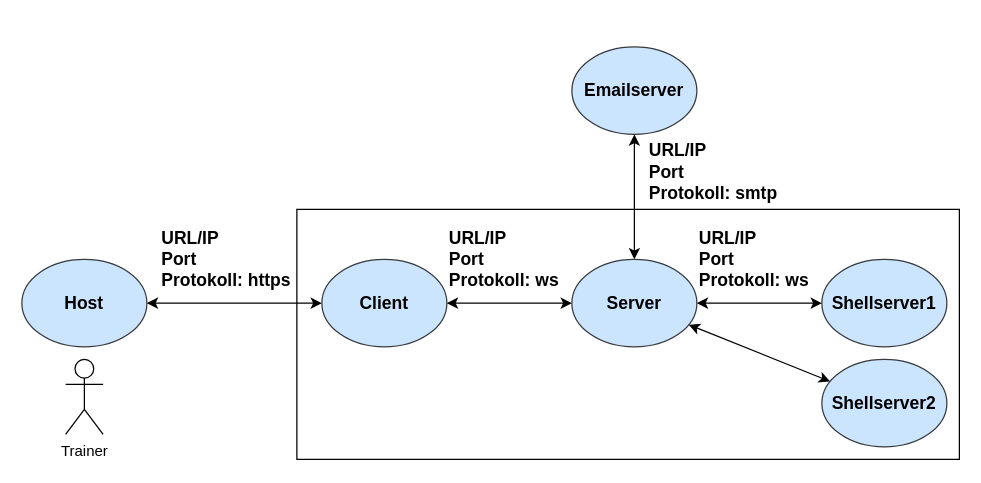
Before: doc/20220714_Communication_Overview.drawio in DeveloperQD/CyberX, a draw.io diagram. Source tidied: cells renumbered, new cells numbered last; positions are measured from the earlier drawing's top-left corner, leaving out a move shared by most shapes. Both pictures are drawn from the tidied source at 125%, with x=0, y=0 at pixel (21, 46).
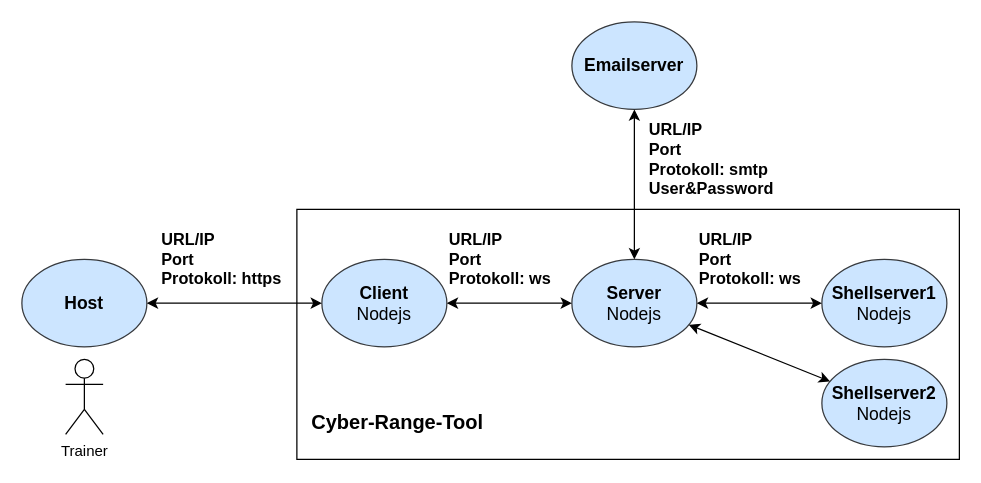
Above is the later version.

Change to the diagram source:
```diff
@@
 <mxGraphModel>
   <root>
     <mxCell id="0" />
     <mxCell id="1" parent="0" />
     <mxCell id="2" value="Trainer" style="shape=umlActor;verticalLabelPosition=bottom;verticalAlign=top;html=1;" parent="1" vertex="1">
       <mxGeometry x="35" y="250" width="30" height="60" as="geometry" />
     </mxCell>
     <mxCell id="3" value="&lt;b&gt;&lt;font style=&quot;font-size: 14px&quot;&gt;Host&lt;/font&gt;&lt;/b&gt;" style="ellipse;whiteSpace=wrap;html=1;fillColor=#cce5ff;strokeColor=#36393d;" parent="1" vertex="1">
       <mxGeometry y="170" width="100" height="70" as="geometry" />
     </mxCell>
     <mxCell id="4" style="rounded=0;whiteSpace=wrap;html=1;" parent="1" vertex="1">
       <mxGeometry x="220" y="130" width="530" height="200" as="geometry" />
     </mxCell>
-    <mxCell id="5" value="&lt;b&gt;&lt;font style=&quot;font-size: 14px&quot;&gt;Client&lt;/font&gt;&lt;/b&gt;" style="ellipse;whiteSpace=wrap;html=1;fillColor=#cce5ff;strokeColor=#36393d;" parent="1" vertex="1">
+    <mxCell id="5" value="&lt;font style=&quot;font-size: 14px&quot;&gt;&lt;b&gt;Client&lt;/b&gt;&lt;br&gt;Nodejs&lt;br&gt;&lt;/font&gt;" style="ellipse;whiteSpace=wrap;html=1;fillColor=#cce5ff;strokeColor=#36393d;" parent="1" vertex="1">
       <mxGeometry x="240" y="170" width="100" height="70" as="geometry" />
     </mxCell>
-    <mxCell id="6" value="&lt;b&gt;&lt;font style=&quot;font-size: 14px&quot;&gt;Server&lt;/font&gt;&lt;/b&gt;" style="ellipse;whiteSpace=wrap;html=1;fillColor=#cce5ff;strokeColor=#36393d;" parent="1" vertex="1">
+    <mxCell id="6" value="&lt;b&gt;&lt;font style=&quot;font-size: 14px&quot;&gt;Server&lt;br&gt;&lt;/font&gt;&lt;/b&gt;&lt;span style=&quot;font-size: 14px&quot;&gt;Nodejs&lt;/span&gt;&lt;b&gt;&lt;font style=&quot;font-size: 14px&quot;&gt;&lt;br&gt;&lt;/font&gt;&lt;/b&gt;" style="ellipse;whiteSpace=wrap;html=1;fillColor=#cce5ff;strokeColor=#36393d;" parent="1" vertex="1">
       <mxGeometry x="440" y="170" width="100" height="70" as="geometry" />
     </mxCell>
-    <mxCell id="7" value="&lt;b&gt;&lt;font style=&quot;font-size: 14px&quot;&gt;Shellserver1&lt;/font&gt;&lt;/b&gt;" style="ellipse;whiteSpace=wrap;html=1;fillColor=#cce5ff;strokeColor=#36393d;" parent="1" vertex="1">
+    <mxCell id="7" value="&lt;b&gt;&lt;font style=&quot;font-size: 14px&quot;&gt;Shellserver1&lt;br&gt;&lt;/font&gt;&lt;/b&gt;&lt;span style=&quot;font-size: 14px&quot;&gt;Nodejs&lt;/span&gt;&lt;b&gt;&lt;font style=&quot;font-size: 14px&quot;&gt;&lt;br&gt;&lt;/font&gt;&lt;/b&gt;" style="ellipse;whiteSpace=wrap;html=1;fillColor=#cce5ff;strokeColor=#36393d;" parent="1" vertex="1">
       <mxGeometry x="640" y="170" width="100" height="70" as="geometry" />
     </mxCell>
-    <mxCell id="8" value="&lt;b&gt;&lt;font style=&quot;font-size: 14px&quot;&gt;Shellserver2&lt;/font&gt;&lt;/b&gt;" style="ellipse;whiteSpace=wrap;html=1;fillColor=#cce5ff;strokeColor=#36393d;" parent="1" vertex="1">
+    <mxCell id="8" value="&lt;b&gt;&lt;font style=&quot;font-size: 14px&quot;&gt;Shellserver2&lt;br&gt;&lt;/font&gt;&lt;/b&gt;&lt;span style=&quot;font-size: 14px&quot;&gt;Nodejs&lt;/span&gt;&lt;b&gt;&lt;font style=&quot;font-size: 14px&quot;&gt;&lt;br&gt;&lt;/font&gt;&lt;/b&gt;" style="ellipse;whiteSpace=wrap;html=1;fillColor=#cce5ff;strokeColor=#36393d;" parent="1" vertex="1">
       <mxGeometry x="640" y="250" width="100" height="70" as="geometry" />
     </mxCell>
     <mxCell id="9" style="endArrow=classic;startArrow=classic;html=1;" parent="1" edge="1" source="3" target="5">
       <mxGeometry relative="1" as="geometry" />
     </mxCell>
     <mxCell id="10" style="endArrow=classic;startArrow=classic;html=1;" parent="1" edge="1" source="6" target="5">
       <mxGeometry relative="1" as="geometry" />
     </mxCell>
     <mxCell id="11" style="endArrow=classic;startArrow=classic;html=1;" parent="1" edge="1" source="6" target="7">
       <mxGeometry relative="1" as="geometry" />
     </mxCell>
     <mxCell id="12" value="&lt;b&gt;&lt;font style=&quot;font-size: 14px&quot;&gt;Emailserver&lt;/font&gt;&lt;/b&gt;" style="ellipse;whiteSpace=wrap;html=1;fillColor=#cce5ff;strokeColor=#36393d;" parent="1" vertex="1">
-      <mxGeometry x="440" width="100" height="70" as="geometry" />
+      <mxGeometry x="440" y="-20" width="100" height="70" as="geometry" />
     </mxCell>
     <mxCell id="13" style="endArrow=classic;startArrow=classic;html=1;" parent="1" edge="1" source="6" target="8">
       <mxGeometry relative="1" as="geometry" />
     </mxCell>
     <mxCell id="14" style="endArrow=classic;startArrow=classic;html=1;" parent="1" edge="1" source="6" target="12">
       <mxGeometry relative="1" as="geometry" />
     </mxCell>
-    <mxCell id="15" value="&lt;span style=&quot;font-size: 14px&quot;&gt;&lt;b&gt;URL/IP&lt;br&gt;Port&lt;br&gt;Protokoll: https&lt;br&gt;&lt;/b&gt;&lt;/span&gt;" style="text;html=1;strokeColor=none;fillColor=none;align=left;verticalAlign=middle;whiteSpace=wrap;rounded=0;" parent="1" vertex="1">
+    <mxCell id="15" value="&lt;span style=&quot;font-size: 13px&quot;&gt;&lt;b&gt;URL/IP&lt;br&gt;Port&lt;br&gt;Protokoll: https&lt;br&gt;&lt;/b&gt;&lt;/span&gt;" style="text;html=1;strokeColor=none;fillColor=none;align=left;verticalAlign=middle;whiteSpace=wrap;rounded=0;" parent="1" vertex="1">
       <mxGeometry x="110" y="140" width="110" height="60" as="geometry" />
     </mxCell>
-    <mxCell id="16" value="&lt;span style=&quot;font-size: 14px&quot;&gt;&lt;b&gt;URL/IP&lt;br&gt;Port&lt;br&gt;Protokoll: ws&lt;br&gt;&lt;/b&gt;&lt;/span&gt;" style="text;html=1;strokeColor=none;fillColor=none;align=left;verticalAlign=middle;whiteSpace=wrap;rounded=0;" parent="1" vertex="1">
+    <mxCell id="16" value="&lt;span style=&quot;font-size: 13px&quot;&gt;&lt;b&gt;URL/IP&lt;br&gt;Port&lt;br&gt;Protokoll: ws&lt;br&gt;&lt;/b&gt;&lt;/span&gt;" style="text;html=1;strokeColor=none;fillColor=none;align=left;verticalAlign=middle;whiteSpace=wrap;rounded=0;" parent="1" vertex="1">
       <mxGeometry x="340" y="140" width="110" height="60" as="geometry" />
     </mxCell>
-    <mxCell id="17" value="&lt;span style=&quot;font-size: 14px&quot;&gt;&lt;b&gt;URL/IP&lt;br&gt;Port&lt;br&gt;Protokoll: smtp&lt;br&gt;&lt;/b&gt;&lt;/span&gt;" style="text;html=1;strokeColor=none;fillColor=none;align=left;verticalAlign=middle;whiteSpace=wrap;rounded=0;" parent="1" vertex="1">
-      <mxGeometry x="500" y="70" width="110" height="60" as="geometry" />
+    <mxCell id="17" value="&lt;span style=&quot;font-size: 13px&quot;&gt;&lt;b&gt;URL/IP&lt;br&gt;Port&lt;br&gt;Protokoll: smtp&lt;br&gt;User&amp;amp;Password&lt;/b&gt;&lt;br&gt;&lt;/span&gt;" style="text;html=1;strokeColor=none;fillColor=none;align=left;verticalAlign=middle;whiteSpace=wrap;rounded=0;" parent="1" vertex="1">
+      <mxGeometry x="500" y="60" width="110" height="60" as="geometry" />
     </mxCell>
-    <mxCell id="18" value="&lt;span style=&quot;font-size: 14px&quot;&gt;&lt;b&gt;URL/IP&lt;br&gt;Port&lt;br&gt;Protokoll: ws&lt;br&gt;&lt;/b&gt;&lt;/span&gt;" style="text;html=1;strokeColor=none;fillColor=none;align=left;verticalAlign=middle;whiteSpace=wrap;rounded=0;" parent="1" vertex="1">
+    <mxCell id="18" value="&lt;span style=&quot;font-size: 13px&quot;&gt;&lt;b&gt;URL/IP&lt;br&gt;Port&lt;br&gt;Protokoll: ws&lt;br&gt;&lt;/b&gt;&lt;/span&gt;" style="text;html=1;strokeColor=none;fillColor=none;align=left;verticalAlign=middle;whiteSpace=wrap;rounded=0;" parent="1" vertex="1">
       <mxGeometry x="540" y="140" width="110" height="60" as="geometry" />
     </mxCell>
+    <mxCell id="19" value="&lt;b&gt;&lt;font style=&quot;font-size: 16px&quot;&gt;Cyber-Range-Tool&lt;/font&gt;&lt;br&gt;&lt;/b&gt;" style="text;html=1;strokeColor=none;fillColor=none;align=left;verticalAlign=middle;whiteSpace=wrap;rounded=0;" parent="1" vertex="1">
+      <mxGeometry x="230" y="280" width="145" height="40" as="geometry" />
+    </mxCell>
   </root>
 </mxGraphModel>
```
